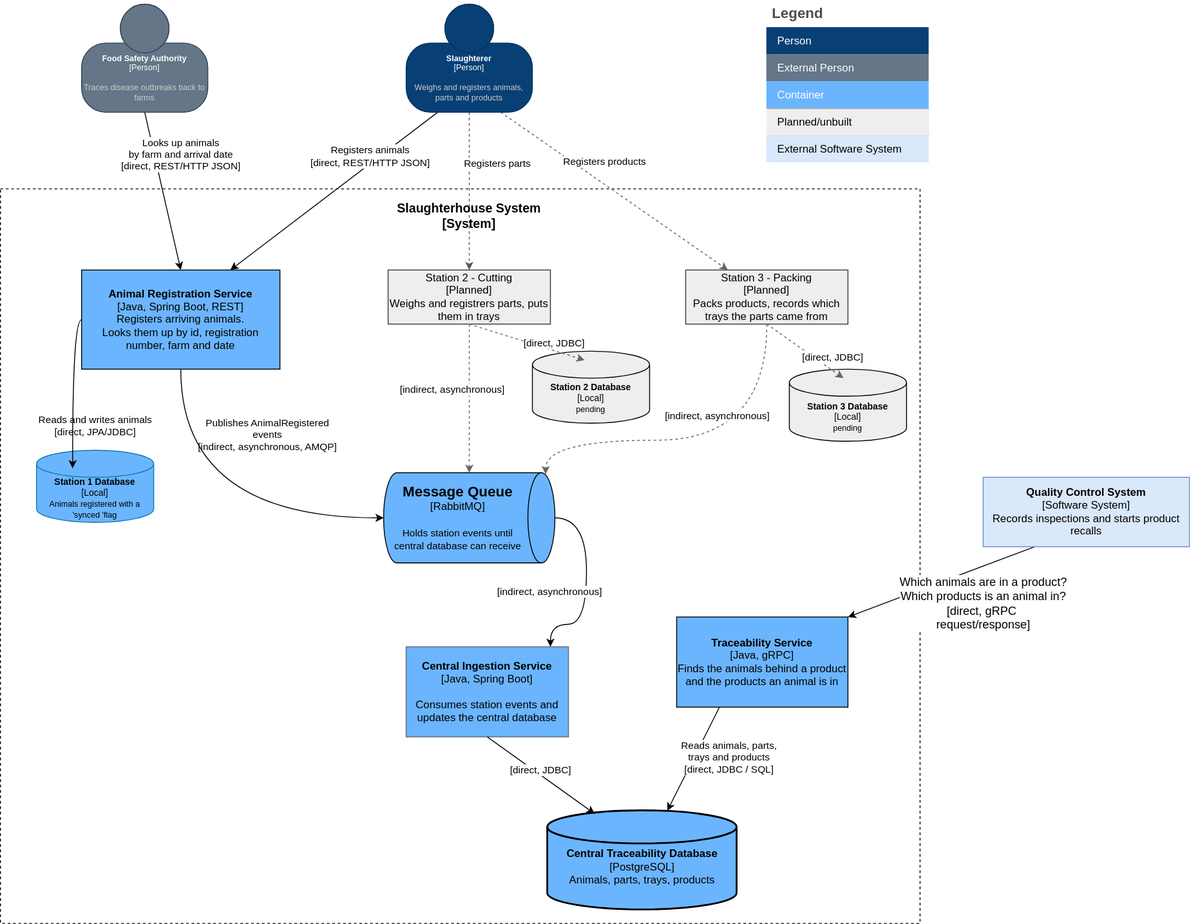
This is documentation/DSY_C2.drawio.svg from mforbeskr/DSY_Project, a draw.io export, as it was before one commit. Source tidied: cells renumbered, new cells last; positions are measured from the earlier drawing's top-left corner, leaving out a move shared by most shapes.
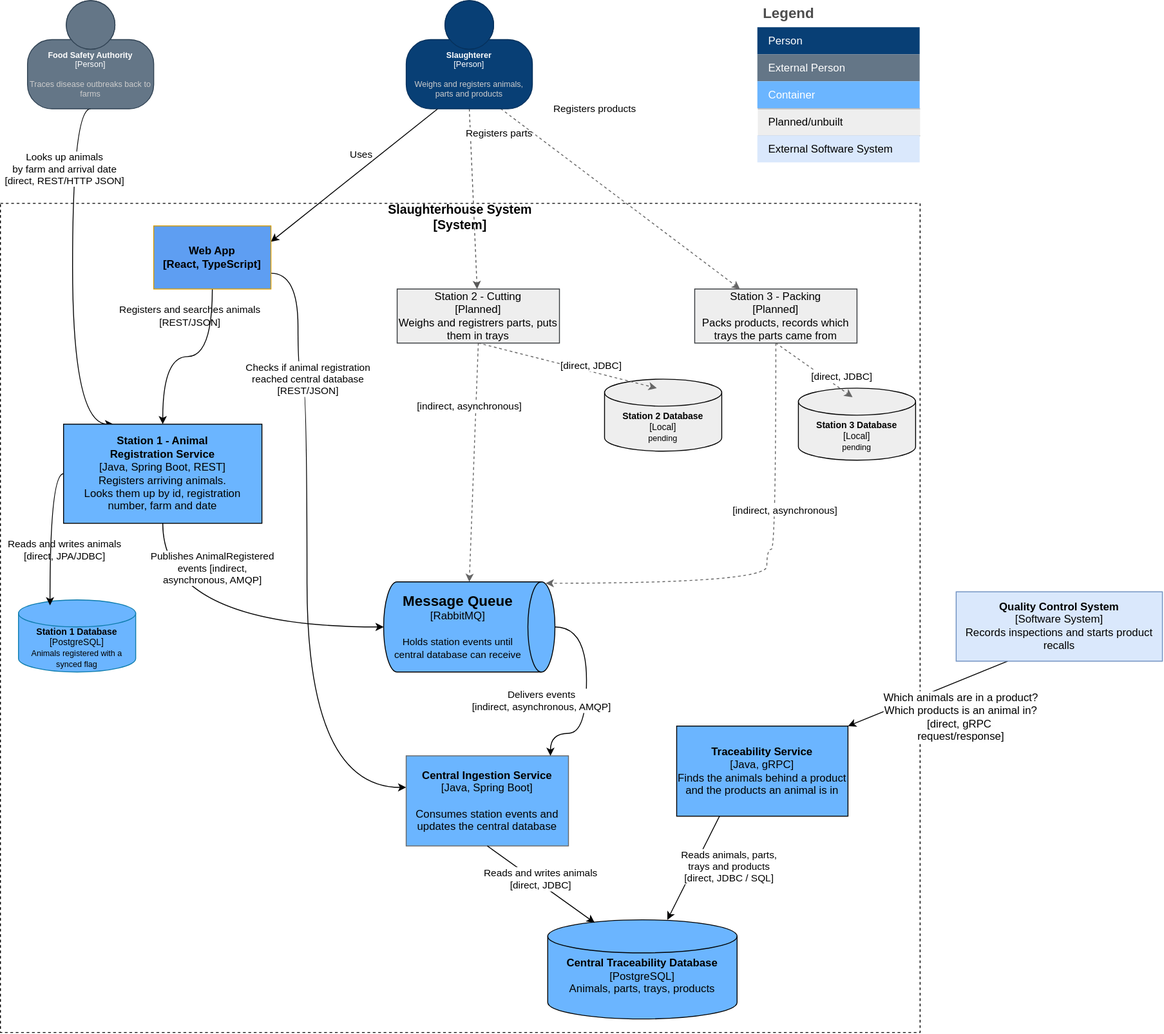
Later version of the same file.

Change to the diagram source:
```diff
@@ -5,4 +5,19 @@
     <mxCell id="2" style="rounded=0;whiteSpace=wrap;html=1;fillColor=none;strokeColor=#000000;strokeWidth=1;dashed=1;" parent="1" vertex="1">
-      <mxGeometry y="209" width="1020" height="815" as="geometry" />
+      <mxGeometry y="104" width="1020" height="920" as="geometry" />
     </mxCell>
+    <mxCell id="56" style="edgeStyle=orthogonalEdgeStyle;rounded=0;jettySize=auto;html=1;exitX=1;exitY=0.75;exitDx=0;exitDy=0;defaultLabelBackgroundColor=page;curved=1;curveGeometry=1;entryX=0;entryY=0.35;entryDx=0;entryDy=0;entryPerimeter=0;" parent="1" edge="1" source="60" target="28">
+      <mxGeometry x="-0.04" relative="1" as="geometry">
+        <Array as="points">
+          <mxPoint x="330" y="181.5" />
+          <mxPoint x="330" y="299" />
+          <mxPoint x="340" y="299" />
+          <mxPoint x="340" y="752" />
+        </Array>
+      </mxGeometry>
+    </mxCell>
+    <mxCell id="57" value="Checks if animal registration &lt;br&gt;reached central database&lt;br&gt;[REST/JSON]" style="edgeLabel;html=1;align=center;verticalAlign=middle;inheritText=1;defaultLabelBackgroundColor=page;" parent="56" vertex="1">
+      <mxGeometry x="-0.43" relative="1" as="geometry">
+        <mxPoint x="2" y="-48" as="offset" />
+      </mxGeometry>
+    </mxCell>
     <mxCell id="3" style="rounded=0;jettySize=auto;html=1;exitX=0.5;exitY=1;exitDx=0;exitDy=0;exitPerimeter=0;strokeColor=#595959;dashed=1;" parent="1" edge="1" source="16" target="7">
@@ -12,3 +27,3 @@
       <mxGeometry x="-0.49" y="1" relative="1" as="geometry">
-        <mxPoint x="29" y="11" as="offset" />
+        <mxPoint x="29" y="-24" as="offset" />
       </mxGeometry>
@@ -20,3 +35,3 @@
       <mxGeometry x="0.08" y="-5" relative="1" as="geometry">
-        <mxPoint x="-15" y="-17" as="offset" />
+        <mxPoint y="-74" as="offset" />
       </mxGeometry>
@@ -24,6 +39,6 @@
     <mxCell id="7" value="Station 2 - Cutting&lt;br&gt;[Planned]&lt;br&gt;Weighs and registrers parts, puts them in trays" style="rounded=0;whiteSpace=wrap;html=1;fillColor=#eeeeee;strokeColor=#36393d;" parent="1" vertex="1">
-      <mxGeometry x="430" y="299" width="180" height="60" as="geometry" />
+      <mxGeometry x="440" y="199" width="180" height="60" as="geometry" />
     </mxCell>
     <mxCell id="8" value="Station 3 - Packing&lt;br&gt;[Planned]&lt;br&gt;Packs products, records which trays the parts came from" style="rounded=0;whiteSpace=wrap;html=1;fillColor=#eeeeee;strokeColor=#36393d;" parent="1" vertex="1">
-      <mxGeometry x="760" y="299" width="180" height="60" as="geometry" />
+      <mxGeometry x="770" y="199" width="180" height="60" as="geometry" />
     </mxCell>
@@ -32,3 +47,3 @@
     </mxCell>
-    <mxCell id="10" value="&lt;span style=&quot;font-family: sans-serif; font-size: 13px; text-align: start; white-space: pre; background-color: rgb(254, 254, 254);&quot;&gt;Which animals are in a product?&lt;br&gt;Which products is an animal in?&lt;br&gt;[direct, gRPC &lt;br&gt;request/response]&lt;/span&gt;" style="edgeLabel;html=1;align=center;verticalAlign=middle;" parent="9" vertex="1">
+    <mxCell id="10" value="&lt;span style=&quot;font-family: sans-serif; font-size: 12px; text-align: start; white-space: pre; background-color: rgb(254, 254, 254);&quot;&gt;Which animals are in a product?&lt;br&gt;Which products is an animal in?&lt;br&gt;[direct, gRPC &lt;br&gt;request/response]&lt;/span&gt;" style="edgeLabel;html=1;align=center;verticalAlign=middle;fontSize=10;" parent="9" vertex="1">
       <mxGeometry x="-0.65" y="-6" relative="1" as="geometry">
@@ -38,10 +53,10 @@
     <mxCell id="11" value="&lt;b&gt;Quality Control System&lt;/b&gt;&lt;br&gt;[Software System]&lt;br&gt;Records inspections and starts product recalls" style="rounded=0;whiteSpace=wrap;html=1;fillColor=#dae8fc;strokeColor=#6c8ebf;" parent="1" vertex="1">
-      <mxGeometry x="1090" y="529" width="228.8" height="77" as="geometry" />
+      <mxGeometry x="1060" y="535" width="228.8" height="77" as="geometry" />
     </mxCell>
-    <mxCell id="12" style="rounded=0;jettySize=auto;html=1;exitX=0.25;exitY=1;exitDx=0;exitDy=0;exitPerimeter=0;entryX=0.75;entryY=0;entryDx=0;entryDy=0;" parent="1" edge="1" source="16" target="20">
+    <mxCell id="12" style="rounded=0;jettySize=auto;html=1;exitX=0.25;exitY=1;exitDx=0;exitDy=0;exitPerimeter=0;entryX=1;entryY=0.25;entryDx=0;entryDy=0;" parent="1" edge="1" source="16" target="60">
       <mxGeometry relative="1" as="geometry" />
     </mxCell>
-    <mxCell id="13" value="Registers animals&lt;br&gt;[direct, REST/HTTP JSON&lt;span style=&quot;color: light-dark(rgb(0, 0, 0), rgb(255, 255, 255));&quot;&gt;]&lt;/span&gt;" style="edgeLabel;html=1;align=center;verticalAlign=middle;labelBackgroundColor=default;labelBorderColor=none;textShadow=0;" parent="12" vertex="1">
+    <mxCell id="13" value="Uses" style="edgeLabel;html=1;align=center;verticalAlign=middle;labelBackgroundColor=default;labelBorderColor=none;textShadow=0;" parent="12" vertex="1">
       <mxGeometry x="0.52" y="9" relative="1" as="geometry">
-        <mxPoint x="93" y="-91" as="offset" />
+        <mxPoint x="50" y="-69" as="offset" />
       </mxGeometry>
@@ -53,3 +68,3 @@
       <mxGeometry x="0.64" y="-8" relative="1" as="geometry">
-        <mxPoint x="-87" y="-95" as="offset" />
+        <mxPoint x="-109" y="-171" as="offset" />
       </mxGeometry>
@@ -58,7 +73,12 @@
       <mxCell style="html=1;fontSize=9;dashed=0;whiteSpace=wrap;fillColor=#083F75;strokeColor=#06315C;fontColor=#ffffff;shape=mxgraph.c4.person2;align=center;points=[[0.5,0,0],[1,0.5,0],[1,0.75,0],[0.75,1,0],[0.5,1,0],[0.25,1,0],[0,0.75,0],[0,0.5,0]];" parent="1" vertex="1">
-        <mxGeometry x="450" y="4" width="140" height="120" as="geometry" />
+        <mxGeometry x="450" y="-121" width="140" height="120" as="geometry" />
       </mxCell>
     </object>
-    <mxCell id="17" style="rounded=0;jettySize=auto;html=1;exitX=0.5;exitY=1;exitDx=0;exitDy=0;exitPerimeter=0;entryX=0.5;entryY=0;entryDx=0;entryDy=0;" parent="1" edge="1" source="19" target="20">
-      <mxGeometry relative="1" as="geometry" />
+    <mxCell id="17" style="rounded=0;jettySize=auto;html=1;entryX=0.25;entryY=0;entryDx=0;entryDy=0;edgeStyle=orthogonalEdgeStyle;curved=1;curveGeometry=1;exitX=0.5;exitY=1;exitDx=0;exitDy=0;exitPerimeter=0;" parent="1" edge="1" source="19" target="20">
+      <mxGeometry relative="1" as="geometry">
+        <Array as="points">
+          <mxPoint x="80" y="-1" />
+          <mxPoint x="80" y="349" />
+        </Array>
+      </mxGeometry>
     </mxCell>
@@ -66,3 +86,3 @@
       <mxGeometry x="0.02" y="-1" relative="1" as="geometry">
-        <mxPoint x="20" y="-42" as="offset" />
+        <mxPoint x="-9" y="-118" as="offset" />
       </mxGeometry>
@@ -71,7 +91,7 @@
       <mxCell style="html=1;fontSize=9;dashed=0;whiteSpace=wrap;fillColor=#647687;strokeColor=#314354;shape=mxgraph.c4.person2;align=center;points=[[0.5,0,0],[1,0.5,0],[1,0.75,0],[0.75,1,0],[0.5,1,0],[0.25,1,0],[0,0.75,0],[0,0.5,0]];fontColor=#ffffff;" parent="1" vertex="1">
-        <mxGeometry x="90" y="4" width="140" height="120" as="geometry" />
+        <mxGeometry x="30" y="-121" width="140" height="120" as="geometry" />
       </mxCell>
     </object>
-    <mxCell id="20" value="&lt;b&gt;Animal Registration Service&lt;/b&gt;&lt;br&gt;[Java, Spring Boot, REST]&lt;br&gt;Registers arriving animals.&lt;br&gt;Looks them up by id, registration number, farm and date" style="rounded=0;whiteSpace=wrap;html=1;fillColor=#6BB5FF;" parent="1" vertex="1">
-      <mxGeometry x="90" y="299" width="220" height="110" as="geometry" />
+    <mxCell id="20" value="&lt;b&gt;Station 1 - Animal &lt;br&gt;Registration Service&lt;/b&gt;&lt;br&gt;[Java, Spring Boot, REST]&lt;br&gt;Registers arriving animals.&lt;br&gt;Looks them up by id, registration number, farm and date" style="rounded=0;whiteSpace=wrap;html=1;fillColor=#6BB5FF;" parent="1" vertex="1">
+      <mxGeometry x="70" y="349" width="220" height="110" as="geometry" />
     </mxCell>
@@ -80,3 +100,3 @@
     </mxCell>
-    <mxCell id="22" value="&lt;br&gt;&lt;b&gt;Central Traceability Database&lt;/b&gt;&lt;br&gt;[PostgreSQL]&lt;br&gt;Animals, parts, trays, products" style="strokeWidth=2;html=1;shape=mxgraph.flowchart.database;whiteSpace=wrap;fillColor=#6BB5FF;" parent="1" vertex="1">
+    <mxCell id="22" value="&lt;br&gt;&lt;b&gt;Central Traceability Database&lt;/b&gt;&lt;br&gt;[PostgreSQL]&lt;br&gt;Animals, parts, trays, products" style="strokeWidth=1;html=1;shape=mxgraph.flowchart.database;whiteSpace=wrap;fillColor=#6BB5FF;" parent="1" vertex="1">
       <mxGeometry x="607" y="899" width="210" height="110" as="geometry" />
@@ -94,5 +114,5 @@
     </mxCell>
-    <mxCell id="26" value="Publishes AnimalRegistered &lt;br&gt;events&lt;br&gt;[indirect, asynchronous, AMQP&lt;span style=&quot;color: light-dark(#000000, var(--ge-light-color, #ffffff));&quot;&gt;]&lt;/span&gt;" style="edgeLabel;html=1;align=center;verticalAlign=middle;inheritText=fontFamily,fontSize,fontColor,fontStyle,textOpacity,labelBorderColor,labelBorderWidth,labelPadding;labelBackgroundColor=none;" parent="25" vertex="1">
+    <mxCell id="26" value="Publishes AnimalRegistered &lt;br&gt;events [indirect, &lt;br&gt;asynchronous, AMQP&lt;span style=&quot;color: light-dark(#000000, var(--ge-light-color, #ffffff));&quot;&gt;]&lt;/span&gt;" style="edgeLabel;html=1;align=center;verticalAlign=middle;inheritText=fontFamily,fontSize,fontColor,fontStyle,textOpacity,labelBorderColor,labelBorderWidth,labelPadding;labelBackgroundColor=default;" parent="25" vertex="1">
       <mxGeometry x="-0.15" y="-3" relative="1" as="geometry">
-        <mxPoint x="46" y="-49" as="offset" />
+        <mxPoint x="-19" y="-45" as="offset" />
       </mxGeometry>
@@ -101,3 +121,3 @@
       <mxGeometry x="-0.17" y="3" relative="1" as="geometry">
-        <mxPoint x="-146" y="-53" as="offset" />
+        <mxPoint x="-183" y="-58" as="offset" />
       </mxGeometry>
@@ -110,3 +130,3 @@
     </mxCell>
-    <mxCell id="30" value="[direct, JDBC]" style="edgeLabel;html=1;align=center;verticalAlign=middle;" parent="29" vertex="1">
+    <mxCell id="30" value="Reads and writes animals&lt;br&gt;[direct, JDBC]" style="edgeLabel;html=1;align=center;verticalAlign=middle;" parent="29" vertex="1">
       <mxGeometry x="-0.17" y="4" relative="1" as="geometry">
@@ -124,5 +144,5 @@
     </mxCell>
-    <mxCell id="32" value="[indirect, asynchronous]" style="edgeLabel;html=1;align=center;verticalAlign=middle;" parent="31" vertex="1">
+    <mxCell id="32" value="Delivers events&lt;br&gt;[indirect, asynchronous, AMQP]" style="edgeLabel;html=1;align=center;verticalAlign=middle;" parent="31" vertex="1">
       <mxGeometry x="0.22" relative="1" as="geometry">
-        <mxPoint x="-39" y="-11" as="offset" />
+        <mxPoint x="-48" y="-11" as="offset" />
       </mxGeometry>
@@ -130,3 +150,3 @@
     <mxCell id="33" value="Legend" style="shape=table;startSize=30;fontSize=16;align=left;verticalAlign=top;fillColor=none;strokeColor=none;fontColor=#4D4D4D;fontStyle=1;spacingLeft=6;spacing=0;" parent="1" vertex="1">
-      <mxGeometry x="850" width="180" height="180" as="geometry" />
+      <mxGeometry x="840" y="-121" width="180" height="180" as="geometry" />
     </mxCell>
@@ -163,3 +183,3 @@
     <mxCell id="44" value="&lt;b&gt;Slaughterhouse System&lt;br&gt;[System]&lt;/b&gt;" style="text;html=1;whiteSpace=wrap;strokeColor=none;fillColor=none;align=center;verticalAlign=middle;rounded=0;fontSize=14;" parent="1" vertex="1">
-      <mxGeometry x="430" y="224" width="180" height="30" as="geometry" />
+      <mxGeometry x="420" y="104" width="180" height="30" as="geometry" />
     </mxCell>
@@ -182,11 +202,11 @@
     </mxCell>
-    <object id="48" label="&lt;font style=&quot;font-size: 10px;&quot;&gt;&lt;b&gt;%c4Name%&lt;/b&gt;&lt;/font&gt;&lt;div&gt;[%c4Technology%]&lt;/div&gt;&lt;div&gt;&lt;font style=&quot;font-size: 9px;&quot;&gt;&lt;font&gt;%c4Description%&lt;/font&gt;&lt;/font&gt;&lt;/div&gt;" c4Description="Animals registered with a 'synced 'flag" c4Name="Station 1 Database" c4Technology="Local" placeholders="1">
+    <object id="48" label="&lt;font style=&quot;font-size: 10px;&quot;&gt;&lt;b&gt;%c4Name%&lt;/b&gt;&lt;/font&gt;&lt;div&gt;[%c4Technology%]&lt;/div&gt;&lt;div&gt;&lt;font style=&quot;font-size: 9px;&quot;&gt;&lt;font&gt;%c4Description%&lt;/font&gt;&lt;/font&gt;&lt;/div&gt;" c4Description="Animals registered with a synced flag" c4Name="Station 1 Database" c4Technology="PostgreSQL" placeholders="1">
       <mxCell style="shape=cylinder3;size=15;whiteSpace=wrap;html=1;boundedLbl=1;rounded=0;labelBackgroundColor=none;fillColor=#6BB5FF;fontSize=10;fontColor=#000000;align=center;strokeColor=#0E7DAD;points=[[0.5,0,0],[1,0.25,0],[1,0.5,0],[1,0.75,0],[0.5,1,0],[0,0.75,0],[0,0.5,0],[0,0.25,0]];" parent="1" vertex="1">
-        <mxGeometry x="40" y="499" width="130" height="80" as="geometry" />
+        <mxGeometry x="20" y="544" width="130" height="80" as="geometry" />
       </mxCell>
     </object>
-    <mxCell id="49" style="edgeStyle=orthogonalEdgeStyle;rounded=0;jettySize=auto;html=1;exitX=0;exitY=0.5;exitDx=0;exitDy=0;defaultLabelBackgroundColor=page;curved=1;curveGeometry=1;entryX=0.308;entryY=0.25;entryDx=0;entryDy=0;entryPerimeter=0;" parent="1" edge="1" source="20" target="48">
-      <mxGeometry x="-0.02" relative="1" as="geometry">
+    <mxCell id="49" style="edgeStyle=orthogonalEdgeStyle;rounded=0;jettySize=auto;html=1;exitX=0;exitY=0.5;exitDx=0;exitDy=0;defaultLabelBackgroundColor=page;curved=1;curveGeometry=1;entryX=0.269;entryY=0.075;entryDx=0;entryDy=0;entryPerimeter=0;" parent="1" edge="1" source="20" target="48">
+      <mxGeometry x="0.05" relative="1" as="geometry">
         <Array as="points">
-          <mxPoint x="80" y="354" />
+          <mxPoint x="55" y="404" />
         </Array>
@@ -196,3 +216,3 @@
       <mxCell style="shape=cylinder3;size=15;whiteSpace=wrap;html=1;boundedLbl=1;rounded=0;labelBackgroundColor=none;fillColor=#EEEEEE;fontSize=10;fontColor=#000000;align=center;strokeColor=#000000;points=[[0.5,0,0],[1,0.25,0],[1,0.5,0],[1,0.75,0],[0.5,1,0],[0,0.75,0],[0,0.5,0],[0,0.25,0]];" parent="1" vertex="1">
-        <mxGeometry x="590" y="389" width="130" height="80" as="geometry" />
+        <mxGeometry x="670" y="299" width="130" height="80" as="geometry" />
       </mxCell>
@@ -209,3 +229,3 @@
       <mxCell style="shape=cylinder3;size=15;whiteSpace=wrap;html=1;boundedLbl=1;rounded=0;labelBackgroundColor=none;fillColor=#EEEEEE;fontSize=10;fontColor=#000000;align=center;strokeColor=#000000;points=[[0.5,0,0],[1,0.25,0],[1,0.5,0],[1,0.75,0],[0.5,1,0],[0,0.75,0],[0,0.5,0],[0,0.25,0]];" parent="1" vertex="1">
-        <mxGeometry x="875" y="409" width="130" height="80" as="geometry" />
+        <mxGeometry x="885" y="309" width="130" height="80" as="geometry" />
       </mxCell>
@@ -220,2 +240,16 @@
     </mxCell>
+    <mxCell id="58" style="edgeStyle=orthogonalEdgeStyle;rounded=0;jettySize=auto;html=1;exitX=0.5;exitY=1;exitDx=0;exitDy=0;defaultLabelBackgroundColor=page;curved=1;curveGeometry=1;" parent="1" edge="1" source="60" target="20">
+      <mxGeometry x="0.01" relative="1" as="geometry" />
+    </mxCell>
+    <mxCell id="59" value="Registers and searches animals&lt;br&gt;[REST/JSON]" style="edgeLabel;html=1;align=center;verticalAlign=middle;inheritText=fontFamily,fontSize,fontColor,fontStyle,textOpacity,labelBorderColor,labelBorderWidth,labelPadding;labelBackgroundColor=none;" parent="58" vertex="1">
+      <mxGeometry x="-0.27" relative="1" as="geometry">
+        <mxPoint x="-16" y="-32" as="offset" />
+      </mxGeometry>
+    </mxCell>
+    <mxCell id="60" value="&lt;b&gt;Web App &lt;br&gt;[React, TypeScript]&lt;/b&gt;" style="rounded=0;whiteSpace=wrap;html=1;fillColor=#5E9EF2;strokeColor=#d79b00;" parent="1" vertex="1">
+      <mxGeometry x="170" y="129" width="130" height="70" as="geometry" />
+    </mxCell>
+    <mxCell id="61" style="shape=tableRow;horizontal=0;startSize=0;swimlaneHead=0;swimlaneBody=0;strokeColor=inherit;top=0;left=0;bottom=0;right=0;fillColor=none;fontSize=12;" parent="1" vertex="1">
+      <mxGeometry x="840" y="159" width="180" height="29" as="geometry" />
+    </mxCell>
   </root>
```
